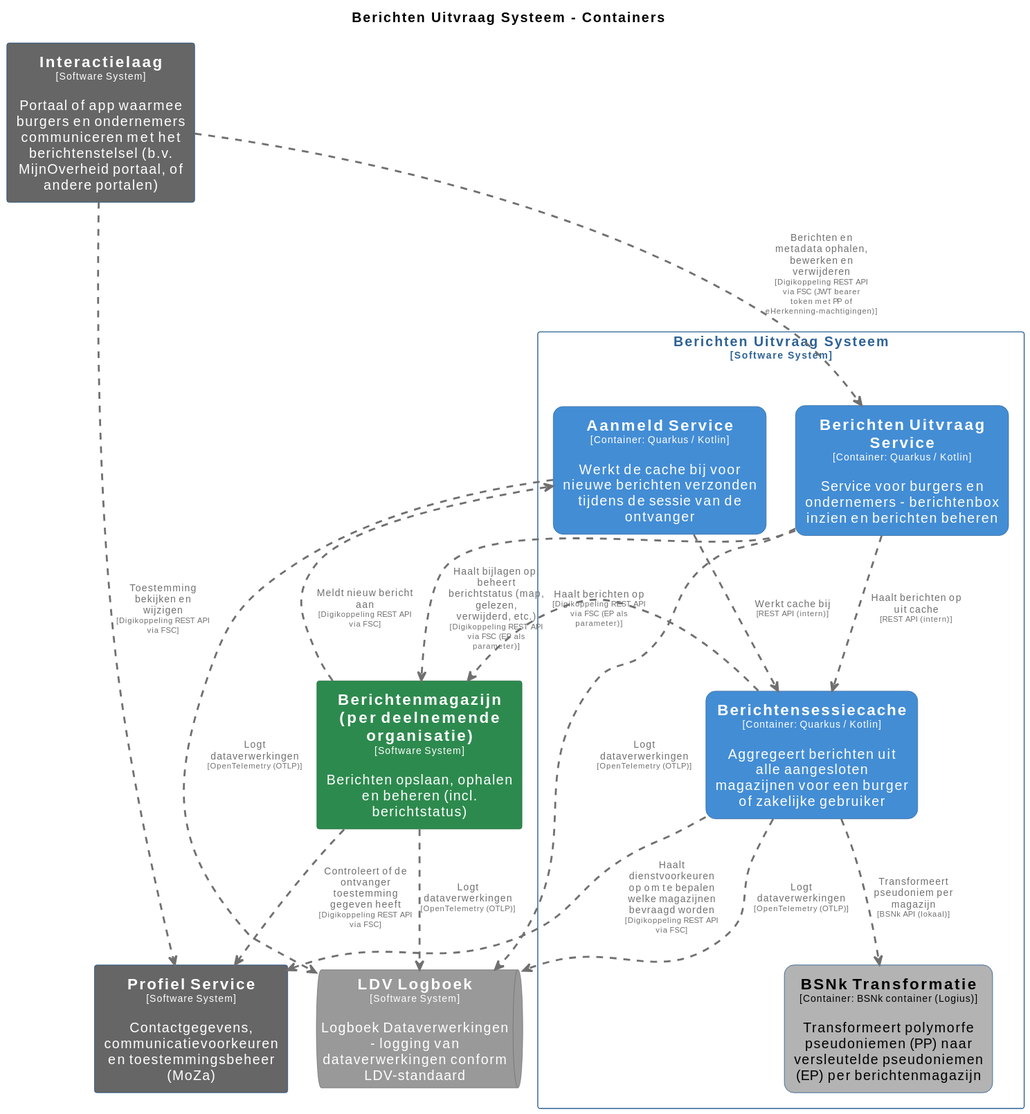
Earlier version of the PlantUML export pr-preview/pr-22/master/svg/BerichtenUitvraagSysteemContainers.svg (MinBZK/moza-poc-fbs-berichtenbox). Its source is kept beside it as pr-preview/pr-22/master/puml/BerichtenUitvraagSysteemContainers.puml.
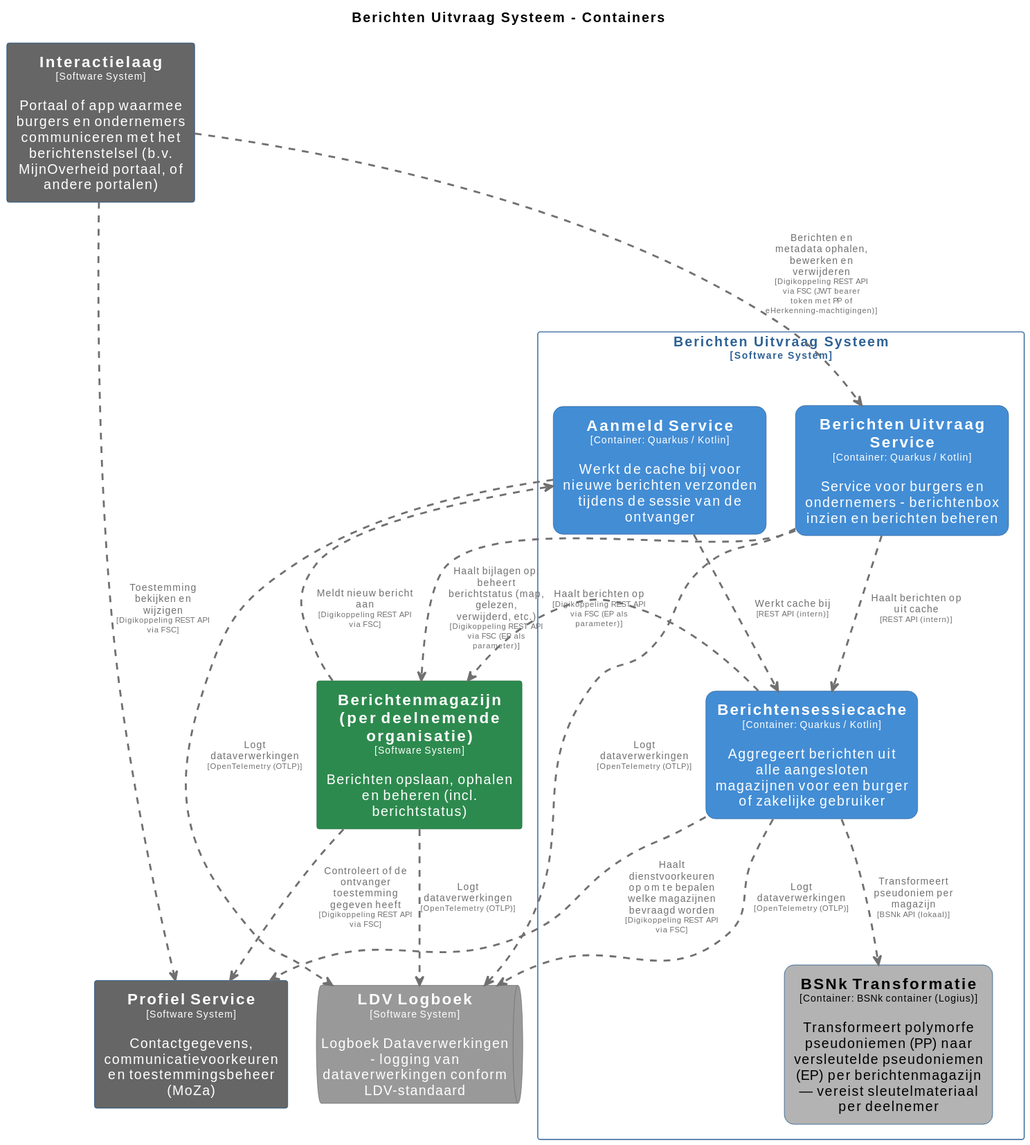
After the commit.

Change to the diagram source:
```diff
@@ -81,7 +81,7 @@
 rectangle "Berichten Uitvraag Systeem\n<size:10>[Software System]</size>" <<BerichtenUitvraagSysteem>> {
   rectangle "==Berichtensessiecache\n<size:10>[Container: Quarkus / Kotlin]</size>\n\nAggregeert berichten uit alle aangesloten magazijnen voor een burger of zakelijke gebruiker" <<BerichtenUitvraagSysteem.Berichtensessiecache>> as BerichtenUitvraagSysteem.Berichtensessiecache
   rectangle "==Berichten Uitvraag Service\n<size:10>[Container: Quarkus / Kotlin]</size>\n\nService voor burgers en ondernemers - berichtenbox inzien en berichten beheren" <<BerichtenUitvraagSysteem.BerichtenUitvraagService>> as BerichtenUitvraagSysteem.BerichtenUitvraagService
-  rectangle "==BSNk Transformatie\n<size:10>[Container: BSNk container (Logius)]</size>\n\nTransformeert polymorfe pseudoniemen (PP) naar versleutelde pseudoniemen (EP) per berichtenmagazijn" <<BerichtenUitvraagSysteem.BSNkTransformatie>> as BerichtenUitvraagSysteem.BSNkTransformatie
+  rectangle "==BSNk Transformatie\n<size:10>[Container: BSNk container (Logius)]</size>\n\nTransformeert polymorfe pseudoniemen (PP) naar versleutelde pseudoniemen (EP) per berichtenmagazijn — vereist sleutelmateriaal per deelnemer" <<BerichtenUitvraagSysteem.BSNkTransformatie>> as BerichtenUitvraagSysteem.BSNkTransformatie
   rectangle "==Aanmeld Service\n<size:10>[Container: Quarkus / Kotlin]</size>\n\nWerkt de cache bij voor nieuwe berichten verzonden tijdens de sessie van de ontvanger" <<BerichtenUitvraagSysteem.AanmeldService>> as BerichtenUitvraagSysteem.AanmeldService
 }
 
```
